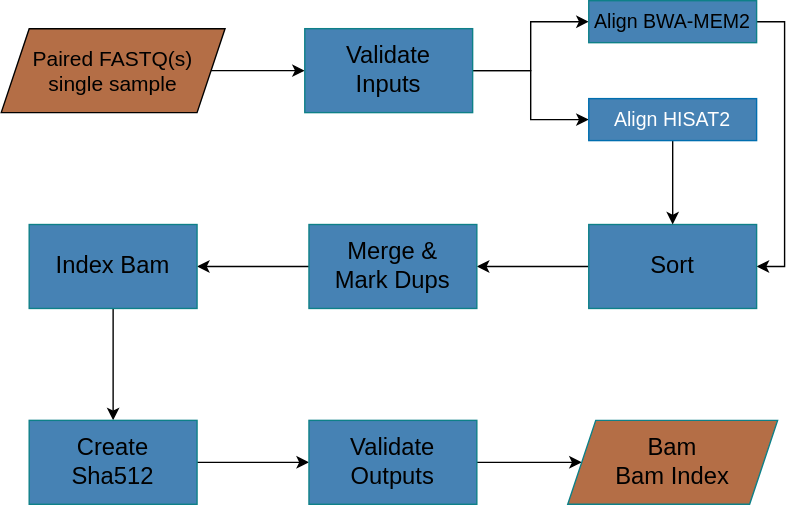
The draw.io diagram flowchart-diagram.drawio.svg in uclahs-cds/pipeline-align-DNA, before a commit. Source tidied: cells renumbered, new cells last; positions are measured from the earlier drawing's top-left corner, leaving out a move shared by most shapes.
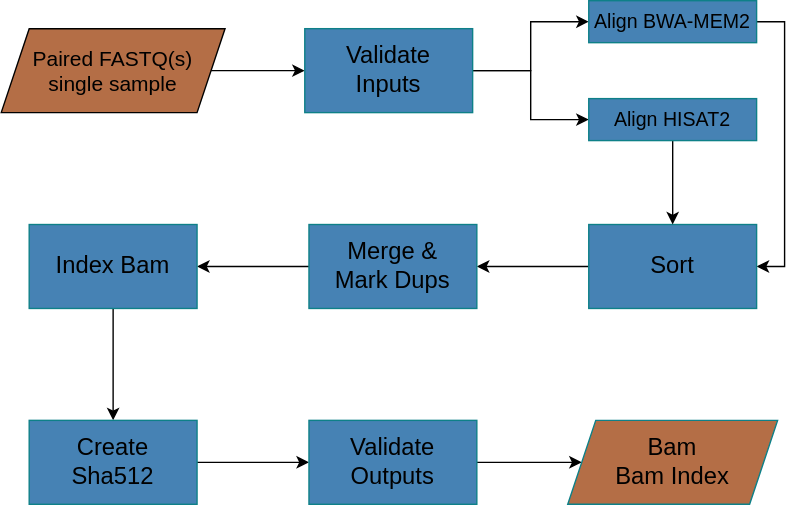
After the change.

The edit, as a diff of the source:
```diff
@@ -11,7 +11,7 @@
     <mxCell id="4" style="edgeStyle=orthogonalEdgeStyle;rounded=0;jettySize=auto;html=1;fontSize=15;" parent="1" edge="1" source="6" target="8">
       <mxGeometry relative="1" as="geometry" />
     </mxCell>
-    <mxCell id="5" style="edgeStyle=orthogonalEdgeStyle;rounded=0;jettySize=auto;html=1;exitX=1;exitY=0.5;exitDx=0;exitDy=0;entryX=0;entryY=0.5;entryDx=0;entryDy=0;" parent="1" edge="1" source="6" target="21">
+    <mxCell id="5" style="edgeStyle=orthogonalEdgeStyle;rounded=0;jettySize=auto;html=1;exitX=1;exitY=0.5;exitDx=0;exitDy=0;entryX=0;entryY=0.5;entryDx=0;entryDy=0;fontColor=#ffffff;" parent="1" edge="1" source="6" target="21">
       <mxGeometry relative="1" as="geometry" />
     </mxCell>
     <mxCell id="6" value="Validate&lt;br style=&quot;font-size: 17px;&quot;&gt;Inputs" style="whiteSpace=wrap;html=1;strokeColor=#0e8088;fillColor=#4682B4;fontSize=17;" parent="1" vertex="1">
@@ -56,10 +56,10 @@
     <mxCell id="19" value="Bam&lt;br&gt;Bam Index" style="shape=parallelogram;perimeter=parallelogramPerimeter;whiteSpace=wrap;html=1;fixedSize=1;fontSize=17;strokeColor=#0e8088;fillColor=#b46e46;" parent="1" vertex="1">
       <mxGeometry x="405" y="300" width="150" height="60" as="geometry" />
     </mxCell>
-    <mxCell id="20" style="edgeStyle=orthogonalEdgeStyle;rounded=0;jettySize=auto;html=1;exitX=0.5;exitY=1;exitDx=0;exitDy=0;entryX=0.5;entryY=0;entryDx=0;entryDy=0;" parent="1" edge="1" source="21" target="10">
+    <mxCell id="20" style="edgeStyle=orthogonalEdgeStyle;rounded=0;jettySize=auto;html=1;exitX=0.5;exitY=1;exitDx=0;exitDy=0;entryX=0.5;entryY=0;entryDx=0;entryDy=0;fontColor=#ffffff;" parent="1" edge="1" source="21" target="10">
       <mxGeometry relative="1" as="geometry" />
     </mxCell>
-    <mxCell id="21" value="&lt;font style=&quot;font-size: 14px&quot;&gt;Align HISAT2&lt;/font&gt;" style="whiteSpace=wrap;html=1;strokeColor=#006EAF;fontColor=#ffffff;fillColor=#4682B4;" parent="1" vertex="1">
+    <mxCell id="21" value="&lt;font style=&quot;font-size: 14px&quot;&gt;Align HISAT2&lt;/font&gt;" style="whiteSpace=wrap;html=1;fontSize=17;strokeColor=#0e8088;fillColor=#4682B4;" parent="1" vertex="1">
       <mxGeometry x="420" y="70" width="120" height="30" as="geometry" />
     </mxCell>
   </root>
```
